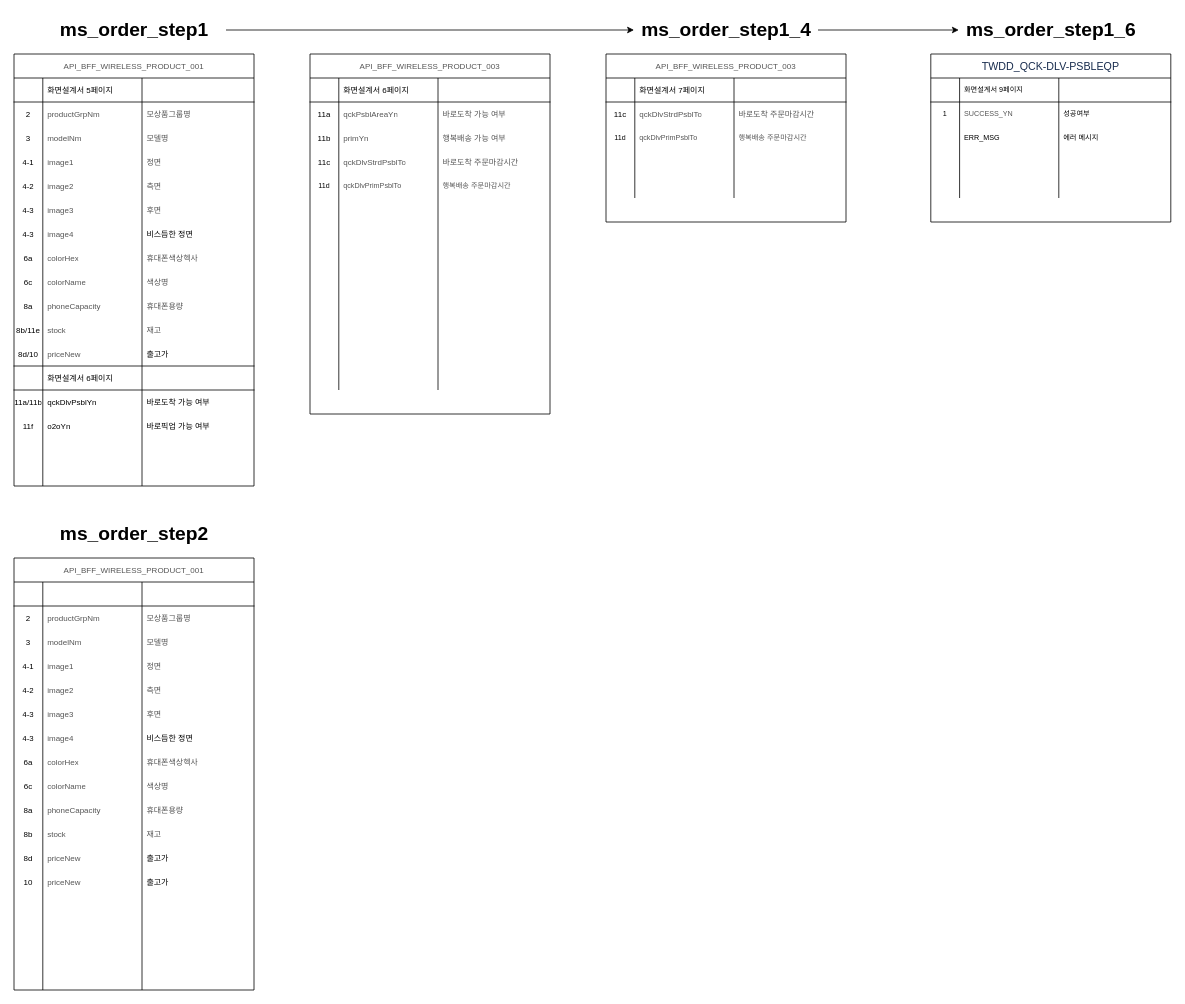
This is myshop_class_diagram.drawio from buyeol-choi/my-shop, a draw.io file, before an edit. Source tidied: cells renumbered, new cells numbered last; positions are measured from the earlier drawing's top-left corner, leaving out a move shared by most shapes. Both pictures are drawn from the tidied source at 80%, with x=0, y=0 at pixel (14, 14).
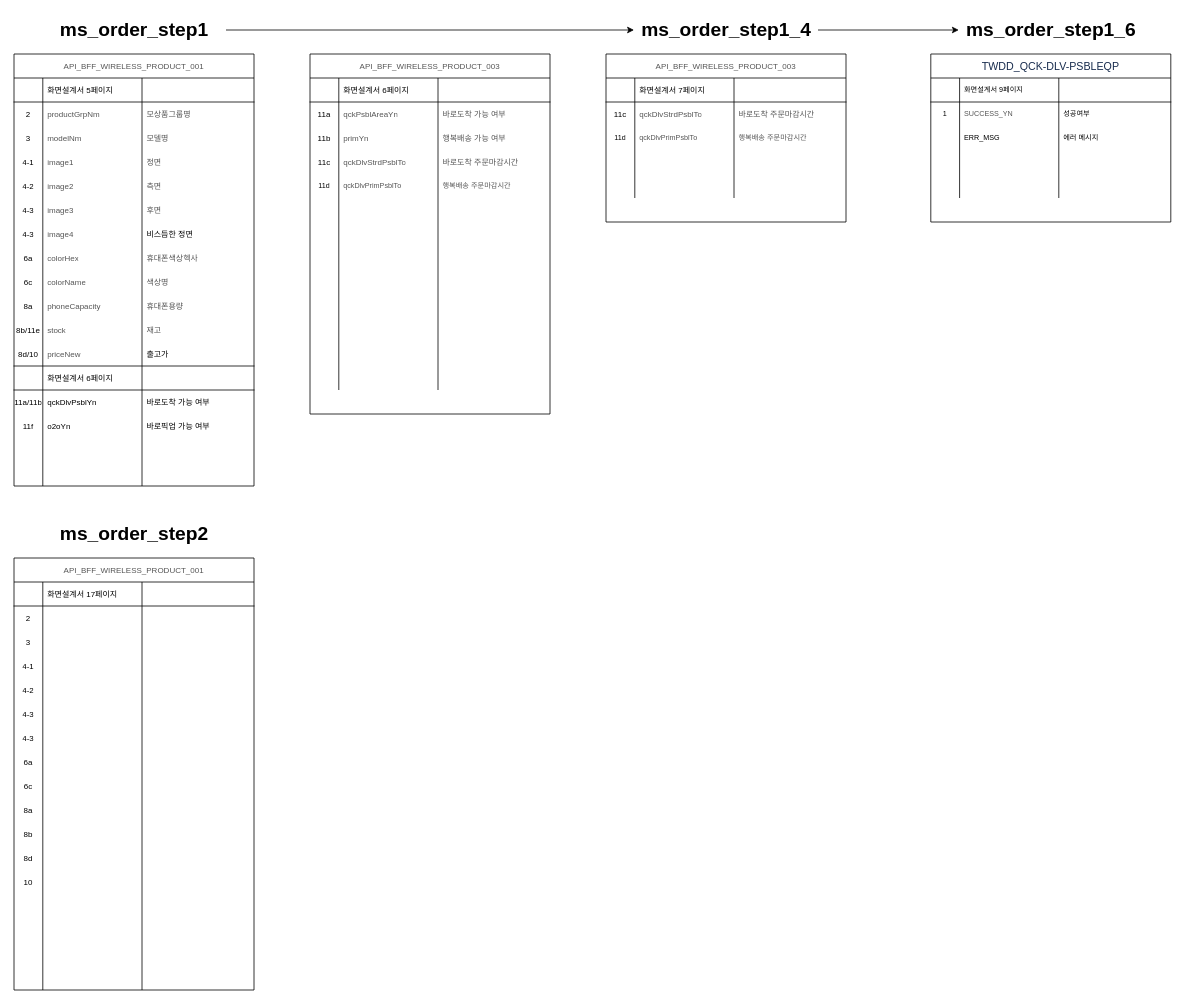
Above is the later version.

Unchanged cells that the change refers to:
```xml
<mxCell id="148" style="shape=partialRectangle;html=1;whiteSpace=wrap;fillColor=none;top=0;left=0;bottom=1;right=0;spacing=0;fontSize=10;" parent="147" vertex="1">
  <mxGeometry y="30" width="300" height="30" as="geometry" />
</mxCell>
<mxCell id="152" style="shape=partialRectangle;html=1;whiteSpace=wrap;fillColor=none;top=0;left=0;bottom=0;right=0;spacing=0;fontSize=10;" parent="147" vertex="1">
  <mxGeometry y="60" width="300" height="30" as="geometry" />
</mxCell>
<mxCell id="156" style="shape=partialRectangle;html=1;whiteSpace=wrap;fillColor=none;top=0;left=0;bottom=0;right=0;spacing=0;fontSize=10;" parent="147" vertex="1">
  <mxGeometry y="90" width="300" height="30" as="geometry" />
</mxCell>
<mxCell id="160" style="shape=partialRectangle;html=1;whiteSpace=wrap;fillColor=none;top=0;left=0;bottom=0;right=0;spacing=0;fontSize=10;" parent="147" vertex="1">
  <mxGeometry y="120" width="300" height="30" as="geometry" />
</mxCell>
<mxCell id="164" style="shape=partialRectangle;html=1;whiteSpace=wrap;fillColor=none;top=0;left=0;bottom=0;right=0;spacing=0;fontSize=10;" parent="147" vertex="1">
  <mxGeometry y="150" width="300" height="30" as="geometry" />
</mxCell>
<mxCell id="168" style="shape=partialRectangle;html=1;whiteSpace=wrap;fillColor=none;top=0;left=0;bottom=0;right=0;spacing=0;fontSize=10;" parent="147" vertex="1">
  <mxGeometry y="180" width="300" height="30" as="geometry" />
</mxCell>
<mxCell id="172" style="shape=partialRectangle;html=1;whiteSpace=wrap;fillColor=none;top=0;left=0;bottom=0;right=0;spacing=0;fontSize=10;" parent="147" vertex="1">
  <mxGeometry y="210" width="300" height="30" as="geometry" />
</mxCell>
<mxCell id="176" style="shape=partialRectangle;html=1;whiteSpace=wrap;fillColor=none;top=0;left=0;bottom=0;right=0;spacing=0;fontSize=10;" parent="147" vertex="1">
  <mxGeometry y="240" width="300" height="30" as="geometry" />
</mxCell>
<mxCell id="180" style="shape=partialRectangle;html=1;whiteSpace=wrap;fillColor=none;top=0;left=0;bottom=0;right=0;spacing=0;fontSize=10;" parent="147" vertex="1">
  <mxGeometry y="270" width="300" height="30" as="geometry" />
</mxCell>
<mxCell id="184" style="shape=partialRectangle;html=1;whiteSpace=wrap;fillColor=none;top=0;left=0;bottom=0;right=0;spacing=0;fontSize=10;" parent="147" vertex="1">
  <mxGeometry y="300" width="300" height="30" as="geometry" />
</mxCell>
<mxCell id="188" style="shape=partialRectangle;html=1;whiteSpace=wrap;fillColor=none;top=0;left=0;bottom=0;right=0;spacing=0;fontSize=10;" parent="147" vertex="1">
  <mxGeometry y="330" width="300" height="30" as="geometry" />
</mxCell>
<mxCell id="192" style="shape=partialRectangle;html=1;whiteSpace=wrap;fillColor=none;top=0;left=0;bottom=0;right=0;spacing=0;fontSize=10;" parent="147" vertex="1">
  <mxGeometry y="360" width="300" height="30" as="geometry" />
</mxCell>
<mxCell id="196" style="shape=partialRectangle;html=1;whiteSpace=wrap;fillColor=none;top=0;left=0;bottom=0;right=0;spacing=0;fontSize=10;" parent="147" vertex="1">
  <mxGeometry y="390" width="300" height="30" as="geometry" />
</mxCell>
```

Diff of the diagram source:
```diff
@@
-    <mxCell id="150" style="shape=partialRectangle;html=1;whiteSpace=wrap;fillColor=none;top=0;left=0;bottom=0;right=0;align=left;spacingLeft=6;overflow=hidden;spacing=0;fontSize=10;" parent="148" vertex="1">
+    <mxCell id="150" value="화면설계서 17페이지" style="shape=partialRectangle;html=1;whiteSpace=wrap;fillColor=none;top=0;left=0;bottom=0;right=0;align=left;spacingLeft=6;overflow=hidden;spacing=0;fontSize=10;" parent="148" vertex="1">
       <mxGeometry x="36" width="124" height="30" as="geometry" />
     </mxCell>
@@
-    <mxCell id="154" value="&lt;span style=&quot;color: rgb(85 , 85 , 85) ; font-family: &amp;#34;맑은 고딕&amp;#34; , &amp;#34;seoul&amp;#34; , &amp;#34;arial&amp;#34; , &amp;#34;helvetica&amp;#34; ; background-color: rgb(255 , 255 , 255)&quot;&gt;productGrpNm&lt;/span&gt;" style="shape=partialRectangle;html=1;whiteSpace=wrap;fillColor=none;top=0;left=0;bottom=0;right=0;align=left;spacingLeft=6;overflow=hidden;spacing=0;fontSize=10;" parent="152" vertex="1">
+    <mxCell id="154" style="shape=partialRectangle;html=1;whiteSpace=wrap;fillColor=none;top=0;left=0;bottom=0;right=0;align=left;spacingLeft=6;overflow=hidden;spacing=0;fontSize=10;" parent="152" vertex="1">
       <mxGeometry x="36" width="124" height="30" as="geometry" />
     </mxCell>
-    <mxCell id="155" value="&lt;span style=&quot;color: rgb(85 , 85 , 85) ; font-family: &amp;#34;맑은 고딕&amp;#34; , &amp;#34;seoul&amp;#34; , &amp;#34;arial&amp;#34; , &amp;#34;helvetica&amp;#34; ; background-color: rgb(255 , 255 , 255)&quot;&gt;모상품그룹명&lt;/span&gt;" style="shape=partialRectangle;html=1;whiteSpace=wrap;fillColor=none;top=0;left=0;bottom=0;right=0;align=left;spacingLeft=6;overflow=hidden;spacing=0;fontSize=10;" parent="152" vertex="1">
+    <mxCell id="155" style="shape=partialRectangle;html=1;whiteSpace=wrap;fillColor=none;top=0;left=0;bottom=0;right=0;align=left;spacingLeft=6;overflow=hidden;spacing=0;fontSize=10;" parent="152" vertex="1">
       <mxGeometry x="160" width="140" height="30" as="geometry" />
     </mxCell>
@@
-    <mxCell id="158" value="&lt;span style=&quot;color: rgb(85, 85, 85); font-family: &amp;quot;맑은 고딕&amp;quot;, seoul, arial, helvetica; font-size: 10px; background-color: rgb(255, 255, 255);&quot;&gt;modelNm&lt;/span&gt;" style="shape=partialRectangle;html=1;whiteSpace=wrap;fillColor=none;top=0;left=0;bottom=0;right=0;align=left;spacingLeft=6;overflow=hidden;spacing=0;fontSize=10;" parent="156" vertex="1">
+    <mxCell id="158" style="shape=partialRectangle;html=1;whiteSpace=wrap;fillColor=none;top=0;left=0;bottom=0;right=0;align=left;spacingLeft=6;overflow=hidden;spacing=0;fontSize=10;" parent="156" vertex="1">
       <mxGeometry x="36" width="124" height="30" as="geometry" />
     </mxCell>
-    <mxCell id="159" value="&lt;span style=&quot;color: rgb(85, 85, 85); font-family: &amp;quot;맑은 고딕&amp;quot;, seoul, arial, helvetica; font-size: 10px; background-color: rgb(255, 255, 255);&quot;&gt;모델명&lt;/span&gt;" style="shape=partialRectangle;html=1;whiteSpace=wrap;fillColor=none;top=0;left=0;bottom=0;right=0;align=left;spacingLeft=6;overflow=hidden;spacing=0;fontSize=10;" parent="156" vertex="1">
+    <mxCell id="159" style="shape=partialRectangle;html=1;whiteSpace=wrap;fillColor=none;top=0;left=0;bottom=0;right=0;align=left;spacingLeft=6;overflow=hidden;spacing=0;fontSize=10;" parent="156" vertex="1">
       <mxGeometry x="160" width="140" height="30" as="geometry" />
     </mxCell>
@@
-    <mxCell id="162" value="&lt;span style=&quot;color: rgb(85, 85, 85); font-family: &amp;quot;맑은 고딕&amp;quot;, seoul, arial, helvetica; font-size: 10px; background-color: rgb(255, 255, 255);&quot;&gt;image1&lt;/span&gt;" style="shape=partialRectangle;html=1;whiteSpace=wrap;fillColor=none;top=0;left=0;bottom=0;right=0;align=left;spacingLeft=6;overflow=hidden;spacing=0;fontSize=10;" parent="160" vertex="1">
+    <mxCell id="162" style="shape=partialRectangle;html=1;whiteSpace=wrap;fillColor=none;top=0;left=0;bottom=0;right=0;align=left;spacingLeft=6;overflow=hidden;spacing=0;fontSize=10;" parent="160" vertex="1">
       <mxGeometry x="36" width="124" height="30" as="geometry" />
     </mxCell>
-    <mxCell id="163" value="&lt;span style=&quot;color: rgb(85, 85, 85); font-family: &amp;quot;맑은 고딕&amp;quot;, seoul, arial, helvetica; font-size: 10px; background-color: rgb(255, 255, 255);&quot;&gt;정면&lt;/span&gt;" style="shape=partialRectangle;html=1;whiteSpace=wrap;fillColor=none;top=0;left=0;bottom=0;right=0;align=left;spacingLeft=6;overflow=hidden;spacing=0;fontSize=10;" parent="160" vertex="1">
+    <mxCell id="163" style="shape=partialRectangle;html=1;whiteSpace=wrap;fillColor=none;top=0;left=0;bottom=0;right=0;align=left;spacingLeft=6;overflow=hidden;spacing=0;fontSize=10;" parent="160" vertex="1">
       <mxGeometry x="160" width="140" height="30" as="geometry" />
     </mxCell>
@@
-    <mxCell id="166" value="&lt;span style=&quot;color: rgb(85, 85, 85); font-family: &amp;quot;맑은 고딕&amp;quot;, seoul, arial, helvetica; font-size: 10px; background-color: rgb(255, 255, 255);&quot;&gt;image2&lt;/span&gt;" style="shape=partialRectangle;html=1;whiteSpace=wrap;fillColor=none;top=0;left=0;bottom=0;right=0;align=left;spacingLeft=6;overflow=hidden;spacing=0;fontSize=10;" parent="164" vertex="1">
+    <mxCell id="166" style="shape=partialRectangle;html=1;whiteSpace=wrap;fillColor=none;top=0;left=0;bottom=0;right=0;align=left;spacingLeft=6;overflow=hidden;spacing=0;fontSize=10;" parent="164" vertex="1">
       <mxGeometry x="36" width="124" height="30" as="geometry" />
     </mxCell>
-    <mxCell id="167" value="&lt;span style=&quot;color: rgb(85, 85, 85); font-family: &amp;quot;맑은 고딕&amp;quot;, seoul, arial, helvetica; font-size: 10px; background-color: rgb(255, 255, 255);&quot;&gt;측면&lt;/span&gt;" style="shape=partialRectangle;html=1;whiteSpace=wrap;fillColor=none;top=0;left=0;bottom=0;right=0;align=left;spacingLeft=6;overflow=hidden;spacing=0;fontSize=10;" parent="164" vertex="1">
+    <mxCell id="167" style="shape=partialRectangle;html=1;whiteSpace=wrap;fillColor=none;top=0;left=0;bottom=0;right=0;align=left;spacingLeft=6;overflow=hidden;spacing=0;fontSize=10;" parent="164" vertex="1">
       <mxGeometry x="160" width="140" height="30" as="geometry" />
     </mxCell>
@@
-    <mxCell id="170" value="&lt;span style=&quot;color: rgb(85, 85, 85); font-family: &amp;quot;맑은 고딕&amp;quot;, seoul, arial, helvetica; font-size: 10px; background-color: rgb(255, 255, 255);&quot;&gt;image3&lt;/span&gt;" style="shape=partialRectangle;html=1;whiteSpace=wrap;fillColor=none;top=0;left=0;bottom=0;right=0;align=left;spacingLeft=6;overflow=hidden;spacing=0;fontSize=10;" parent="168" vertex="1">
+    <mxCell id="170" style="shape=partialRectangle;html=1;whiteSpace=wrap;fillColor=none;top=0;left=0;bottom=0;right=0;align=left;spacingLeft=6;overflow=hidden;spacing=0;fontSize=10;" parent="168" vertex="1">
       <mxGeometry x="36" width="124" height="30" as="geometry" />
     </mxCell>
-    <mxCell id="171" value="&lt;span style=&quot;color: rgb(85, 85, 85); font-family: &amp;quot;맑은 고딕&amp;quot;, seoul, arial, helvetica; font-size: 10px; background-color: rgb(255, 255, 255);&quot;&gt;후면&lt;/span&gt;" style="shape=partialRectangle;html=1;whiteSpace=wrap;fillColor=none;top=0;left=0;bottom=0;right=0;align=left;spacingLeft=6;overflow=hidden;spacing=0;fontSize=10;" parent="168" vertex="1">
+    <mxCell id="171" style="shape=partialRectangle;html=1;whiteSpace=wrap;fillColor=none;top=0;left=0;bottom=0;right=0;align=left;spacingLeft=6;overflow=hidden;spacing=0;fontSize=10;" parent="168" vertex="1">
       <mxGeometry x="160" width="140" height="30" as="geometry" />
     </mxCell>
@@
-    <mxCell id="174" value="&lt;span style=&quot;color: rgb(85, 85, 85); font-family: &amp;quot;맑은 고딕&amp;quot;, seoul, arial, helvetica; font-size: 10px; background-color: rgb(255, 255, 255);&quot;&gt;image4&lt;/span&gt;" style="shape=partialRectangle;html=1;whiteSpace=wrap;fillColor=none;top=0;left=0;bottom=0;right=0;align=left;spacingLeft=6;overflow=hidden;spacing=0;fontSize=10;" parent="172" vertex="1">
+    <mxCell id="174" style="shape=partialRectangle;html=1;whiteSpace=wrap;fillColor=none;top=0;left=0;bottom=0;right=0;align=left;spacingLeft=6;overflow=hidden;spacing=0;fontSize=10;" parent="172" vertex="1">
       <mxGeometry x="36" width="124" height="30" as="geometry" />
     </mxCell>
-    <mxCell id="175" value="비스듬한 정면" style="shape=partialRectangle;html=1;whiteSpace=wrap;fillColor=none;top=0;left=0;bottom=0;right=0;align=left;spacingLeft=6;overflow=hidden;spacing=0;fontSize=10;" parent="172" vertex="1">
+    <mxCell id="175" style="shape=partialRectangle;html=1;whiteSpace=wrap;fillColor=none;top=0;left=0;bottom=0;right=0;align=left;spacingLeft=6;overflow=hidden;spacing=0;fontSize=10;" parent="172" vertex="1">
       <mxGeometry x="160" width="140" height="30" as="geometry" />
     </mxCell>
@@
-    <mxCell id="178" value="&lt;span style=&quot;color: rgb(85, 85, 85); font-family: &amp;quot;맑은 고딕&amp;quot;, seoul, arial, helvetica; font-size: 10px; background-color: rgb(255, 255, 255);&quot;&gt;colorHex&lt;/span&gt;" style="shape=partialRectangle;html=1;whiteSpace=wrap;fillColor=none;top=0;left=0;bottom=0;right=0;align=left;spacingLeft=6;overflow=hidden;spacing=0;fontSize=10;" parent="176" vertex="1">
+    <mxCell id="178" style="shape=partialRectangle;html=1;whiteSpace=wrap;fillColor=none;top=0;left=0;bottom=0;right=0;align=left;spacingLeft=6;overflow=hidden;spacing=0;fontSize=10;" parent="176" vertex="1">
       <mxGeometry x="36" width="124" height="30" as="geometry" />
     </mxCell>
-    <mxCell id="179" value="&lt;span style=&quot;color: rgb(85, 85, 85); font-family: &amp;quot;맑은 고딕&amp;quot;, seoul, arial, helvetica; font-size: 10px; background-color: rgb(255, 255, 255);&quot;&gt;휴대폰색상헥사&lt;/span&gt;" style="shape=partialRectangle;html=1;whiteSpace=wrap;fillColor=none;top=0;left=0;bottom=0;right=0;align=left;spacingLeft=6;overflow=hidden;spacing=0;fontSize=10;" parent="176" vertex="1">
+    <mxCell id="179" style="shape=partialRectangle;html=1;whiteSpace=wrap;fillColor=none;top=0;left=0;bottom=0;right=0;align=left;spacingLeft=6;overflow=hidden;spacing=0;fontSize=10;" parent="176" vertex="1">
       <mxGeometry x="160" width="140" height="30" as="geometry" />
     </mxCell>
@@
-    <mxCell id="182" value="&lt;span style=&quot;color: rgb(85, 85, 85); font-family: &amp;quot;맑은 고딕&amp;quot;, seoul, arial, helvetica; font-size: 10px; background-color: rgb(255, 255, 255);&quot;&gt;colorName&lt;/span&gt;" style="shape=partialRectangle;html=1;whiteSpace=wrap;fillColor=none;top=0;left=0;bottom=0;right=0;align=left;spacingLeft=6;overflow=hidden;spacing=0;fontSize=10;" parent="180" vertex="1">
+    <mxCell id="182" style="shape=partialRectangle;html=1;whiteSpace=wrap;fillColor=none;top=0;left=0;bottom=0;right=0;align=left;spacingLeft=6;overflow=hidden;spacing=0;fontSize=10;" parent="180" vertex="1">
       <mxGeometry x="36" width="124" height="30" as="geometry" />
     </mxCell>
-    <mxCell id="183" value="&lt;span style=&quot;color: rgb(85, 85, 85); font-family: &amp;quot;맑은 고딕&amp;quot;, seoul, arial, helvetica; font-size: 10px; background-color: rgb(255, 255, 255);&quot;&gt;색상명&lt;/span&gt;" style="shape=partialRectangle;html=1;whiteSpace=wrap;fillColor=none;top=0;left=0;bottom=0;right=0;align=left;spacingLeft=6;overflow=hidden;spacing=0;fontSize=10;" parent="180" vertex="1">
+    <mxCell id="183" style="shape=partialRectangle;html=1;whiteSpace=wrap;fillColor=none;top=0;left=0;bottom=0;right=0;align=left;spacingLeft=6;overflow=hidden;spacing=0;fontSize=10;" parent="180" vertex="1">
       <mxGeometry x="160" width="140" height="30" as="geometry" />
     </mxCell>
@@
-    <mxCell id="186" value="&lt;span style=&quot;color: rgb(85, 85, 85); font-family: &amp;quot;맑은 고딕&amp;quot;, seoul, arial, helvetica; font-size: 10px; background-color: rgb(255, 255, 255);&quot;&gt;phoneCapacity&lt;/span&gt;" style="shape=partialRectangle;html=1;whiteSpace=wrap;fillColor=none;top=0;left=0;bottom=0;right=0;align=left;spacingLeft=6;overflow=hidden;spacing=0;fontSize=10;" parent="184" vertex="1">
+    <mxCell id="186" style="shape=partialRectangle;html=1;whiteSpace=wrap;fillColor=none;top=0;left=0;bottom=0;right=0;align=left;spacingLeft=6;overflow=hidden;spacing=0;fontSize=10;" parent="184" vertex="1">
       <mxGeometry x="36" width="124" height="30" as="geometry" />
     </mxCell>
-    <mxCell id="187" value="&lt;span style=&quot;color: rgb(85, 85, 85); font-family: &amp;quot;맑은 고딕&amp;quot;, seoul, arial, helvetica; font-size: 10px; background-color: rgb(255, 255, 255);&quot;&gt;휴대폰용량&lt;/span&gt;" style="shape=partialRectangle;html=1;whiteSpace=wrap;fillColor=none;top=0;left=0;bottom=0;right=0;align=left;spacingLeft=6;overflow=hidden;spacing=0;fontSize=10;" parent="184" vertex="1">
+    <mxCell id="187" style="shape=partialRectangle;html=1;whiteSpace=wrap;fillColor=none;top=0;left=0;bottom=0;right=0;align=left;spacingLeft=6;overflow=hidden;spacing=0;fontSize=10;" parent="184" vertex="1">
       <mxGeometry x="160" width="140" height="30" as="geometry" />
     </mxCell>
@@
-    <mxCell id="190" value="&lt;span style=&quot;color: rgb(85, 85, 85); font-family: &amp;quot;맑은 고딕&amp;quot;, seoul, arial, helvetica; font-size: 10px; background-color: rgb(255, 255, 255);&quot;&gt;stock&lt;/span&gt;" style="shape=partialRectangle;html=1;whiteSpace=wrap;fillColor=none;top=0;left=0;bottom=0;right=0;align=left;spacingLeft=6;overflow=hidden;spacing=0;fontSize=10;" parent="188" vertex="1">
+    <mxCell id="190" style="shape=partialRectangle;html=1;whiteSpace=wrap;fillColor=none;top=0;left=0;bottom=0;right=0;align=left;spacingLeft=6;overflow=hidden;spacing=0;fontSize=10;" parent="188" vertex="1">
       <mxGeometry x="36" width="124" height="30" as="geometry" />
     </mxCell>
-    <mxCell id="191" value="&lt;span style=&quot;color: rgb(85, 85, 85); font-family: &amp;quot;맑은 고딕&amp;quot;, seoul, arial, helvetica; font-size: 10px; background-color: rgb(255, 255, 255);&quot;&gt;재고&lt;/span&gt;" style="shape=partialRectangle;html=1;whiteSpace=wrap;fillColor=none;top=0;left=0;bottom=0;right=0;align=left;spacingLeft=6;overflow=hidden;spacing=0;fontSize=10;" parent="188" vertex="1">
+    <mxCell id="191" style="shape=partialRectangle;html=1;whiteSpace=wrap;fillColor=none;top=0;left=0;bottom=0;right=0;align=left;spacingLeft=6;overflow=hidden;spacing=0;fontSize=10;" parent="188" vertex="1">
       <mxGeometry x="160" width="140" height="30" as="geometry" />
     </mxCell>
@@
-    <mxCell id="194" value="&lt;span style=&quot;color: rgb(85, 85, 85); font-family: &amp;quot;맑은 고딕&amp;quot;, seoul, arial, helvetica; font-size: 10px; background-color: rgb(255, 255, 255);&quot;&gt;priceNew&lt;/span&gt;" style="shape=partialRectangle;html=1;whiteSpace=wrap;fillColor=none;top=0;left=0;bottom=0;right=0;align=left;spacingLeft=6;overflow=hidden;spacing=0;fontSize=10;" parent="192" vertex="1">
+    <mxCell id="194" style="shape=partialRectangle;html=1;whiteSpace=wrap;fillColor=none;top=0;left=0;bottom=0;right=0;align=left;spacingLeft=6;overflow=hidden;spacing=0;fontSize=10;" parent="192" vertex="1">
       <mxGeometry x="36" width="124" height="30" as="geometry" />
     </mxCell>
-    <mxCell id="195" value="출고가" style="shape=partialRectangle;html=1;whiteSpace=wrap;fillColor=none;top=0;left=0;bottom=0;right=0;align=left;spacingLeft=6;overflow=hidden;spacing=0;fontSize=10;" parent="192" vertex="1">
+    <mxCell id="195" style="shape=partialRectangle;html=1;whiteSpace=wrap;fillColor=none;top=0;left=0;bottom=0;right=0;align=left;spacingLeft=6;overflow=hidden;spacing=0;fontSize=10;" parent="192" vertex="1">
       <mxGeometry x="160" width="140" height="30" as="geometry" />
     </mxCell>
@@
-    <mxCell id="198" value="&lt;span style=&quot;color: rgb(85, 85, 85); font-family: &amp;quot;맑은 고딕&amp;quot;, seoul, arial, helvetica; font-size: 10px; background-color: rgb(255, 255, 255);&quot;&gt;priceNew&lt;/span&gt;" style="shape=partialRectangle;html=1;whiteSpace=wrap;fillColor=none;top=0;left=0;bottom=0;right=0;align=left;spacingLeft=6;overflow=hidden;spacing=0;fontSize=10;" parent="196" vertex="1">
+    <mxCell id="198" style="shape=partialRectangle;html=1;whiteSpace=wrap;fillColor=none;top=0;left=0;bottom=0;right=0;align=left;spacingLeft=6;overflow=hidden;spacing=0;fontSize=10;" parent="196" vertex="1">
       <mxGeometry x="36" width="124" height="30" as="geometry" />
     </mxCell>
-    <mxCell id="199" value="출고가" style="shape=partialRectangle;html=1;whiteSpace=wrap;fillColor=none;top=0;left=0;bottom=0;right=0;align=left;spacingLeft=6;overflow=hidden;spacing=0;fontSize=10;" parent="196" vertex="1">
+    <mxCell id="199" style="shape=partialRectangle;html=1;whiteSpace=wrap;fillColor=none;top=0;left=0;bottom=0;right=0;align=left;spacingLeft=6;overflow=hidden;spacing=0;fontSize=10;" parent="196" vertex="1">
       <mxGeometry x="160" width="140" height="30" as="geometry" />
     </mxCell>
```
